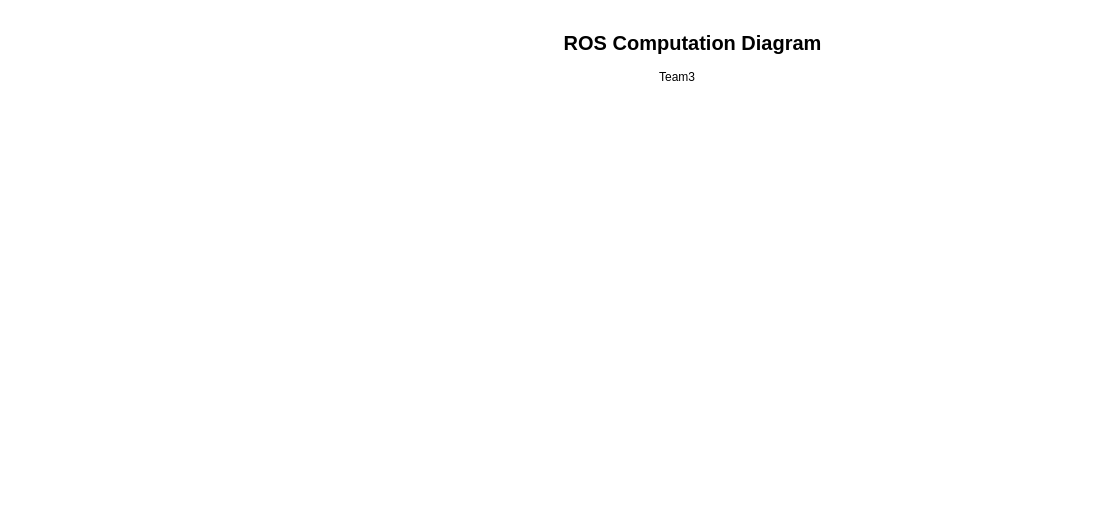
Before: Lab2.drawio in NhiNguyencmt8/RoboResearch, a draw.io diagram. Source tidied: cells renumbered, new cells numbered last; positions are measured from the earlier drawing's top-left corner, leaving out a move shared by most shapes. Both pictures are drawn from the tidied source at 100%, with x=0, y=0 at pixel (557, 22). Pictures stored in the file or linked from it are replaced by grey dashed boxes.
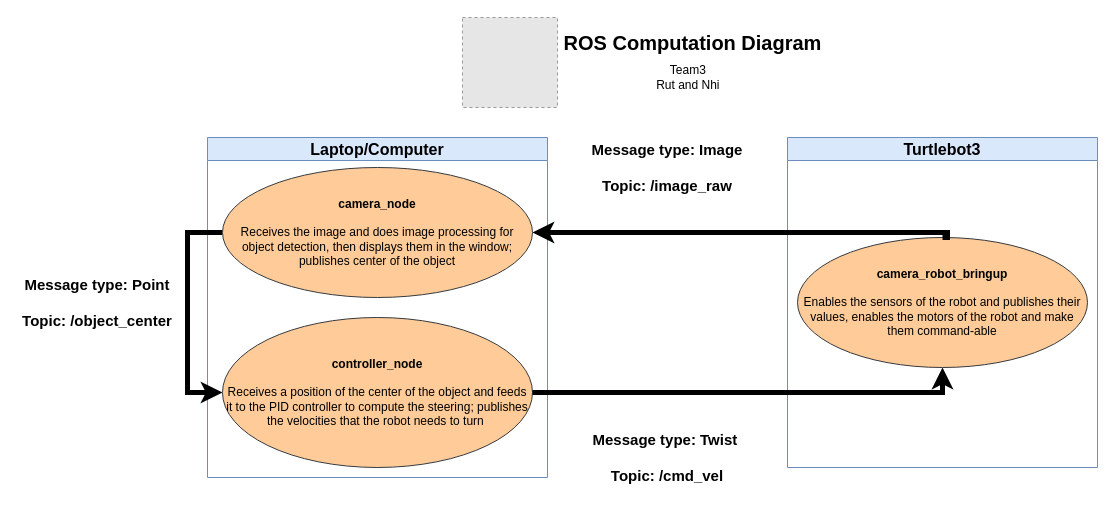
The same page after the edit.

Diff of the diagram source:
```diff
@@
 <mxGraphModel>
   <root>
     <mxCell id="0" />
     <mxCell id="1" parent="0" />
     <mxCell id="2" value="ROS Computation Diagram" style="text;html=1;align=center;verticalAlign=middle;strokeColor=none;fillColor=none;fontStyle=1;fontSize=20;" parent="1" vertex="1">
       <mxGeometry width="270" height="40" as="geometry" />
     </mxCell>
-    <mxCell id="3" value="Team3" style="text;html=1;align=center;verticalAlign=middle;whiteSpace=wrap;rounded=0;" parent="1" vertex="1">
-      <mxGeometry x="90" y="40" width="60" height="30" as="geometry" />
+    <mxCell id="3" value="Team3&amp;nbsp;&lt;div&gt;Rut and Nhi&amp;nbsp;&lt;/div&gt;" style="text;html=1;align=center;verticalAlign=middle;whiteSpace=wrap;rounded=0;" parent="1" vertex="1">
+      <mxGeometry x="90" y="40" width="85" height="30" as="geometry" />
     </mxCell>
+    <mxCell id="4" value="Laptop/Computer" style="swimlane;whiteSpace=wrap;html=1;fillColor=#dae8fc;strokeColor=#6c8ebf;fontSize=16;" parent="1" vertex="1">
+      <mxGeometry x="-350" y="115" width="340" height="340" as="geometry" />
+    </mxCell>
+    <mxCell id="5" value="&lt;b&gt;controller_node&lt;/b&gt;&lt;div&gt;&lt;br&gt;&lt;/div&gt;&lt;div&gt;Receives a position of the center of the object and feeds it to the PID controller to compute the steering; publishes the velocities that the robot needs to turn&lt;span style=&quot;background-color: initial;&quot;&gt;&amp;nbsp;&lt;/span&gt;&lt;/div&gt;" style="ellipse;whiteSpace=wrap;html=1;fillColor=#ffcc99;strokeColor=#36393d;" parent="4" vertex="1">
+      <mxGeometry x="15" y="180" width="310" height="150" as="geometry" />
+    </mxCell>
+    <mxCell id="6" style="edgeStyle=orthogonalEdgeStyle;rounded=0;jettySize=auto;html=1;entryX=0;entryY=0.5;entryDx=0;entryDy=0;exitX=0;exitY=0.5;exitDx=0;exitDy=0;strokeWidth=5;" parent="4" edge="1" source="7" target="5">
+      <mxGeometry relative="1" as="geometry">
+        <Array as="points">
+          <mxPoint x="-20" y="95" />
+          <mxPoint x="-20" y="255" />
+        </Array>
+      </mxGeometry>
+    </mxCell>
+    <mxCell id="7" value="&lt;b&gt;camera_node&lt;/b&gt;&lt;br&gt;&lt;div&gt;&lt;br&gt;&lt;div&gt;Receives the image and does image processing for object detection, then displays them in the window; publishes center of the object&lt;/div&gt;&lt;/div&gt;" style="ellipse;whiteSpace=wrap;html=1;fillColor=#ffcc99;strokeColor=#36393d;" parent="4" vertex="1">
+      <mxGeometry x="15" y="30" width="310" height="130" as="geometry" />
+    </mxCell>
+    <mxCell id="8" value="Turtlebot3" style="swimlane;whiteSpace=wrap;html=1;fillColor=#dae8fc;strokeColor=#6c8ebf;fontSize=16;" parent="1" vertex="1">
+      <mxGeometry x="230" y="115" width="310" height="330" as="geometry" />
+    </mxCell>
+    <mxCell id="9" value="&lt;b&gt;camera_robot_bringup&lt;/b&gt;&lt;div&gt;&lt;br&gt;&lt;/div&gt;&lt;div&gt;Enables the sensors of the robot and publishes their values, enables the motors of the robot and make them command-able&lt;/div&gt;" style="ellipse;whiteSpace=wrap;html=1;fillColor=#ffcc99;strokeColor=#36393d;" parent="8" vertex="1">
+      <mxGeometry x="10" y="100" width="290" height="130" as="geometry" />
+    </mxCell>
+    <mxCell id="10" style="edgeStyle=orthogonalEdgeStyle;rounded=0;jettySize=auto;html=1;entryX=1;entryY=0.5;entryDx=0;entryDy=0;exitX=0.5;exitY=0;exitDx=0;exitDy=0;strokeWidth=5;" parent="1" edge="1" source="9" target="7">
+      <mxGeometry relative="1" as="geometry">
+        <Array as="points">
+          <mxPoint x="390" y="210" />
+        </Array>
+      </mxGeometry>
+    </mxCell>
+    <mxCell id="11" value="Message type: Image&lt;div style=&quot;font-size: 15px;&quot;&gt;&lt;br style=&quot;font-size: 15px;&quot;&gt;&lt;/div&gt;&lt;div style=&quot;font-size: 15px;&quot;&gt;Topic: /image_raw&lt;/div&gt;" style="text;html=1;align=center;verticalAlign=middle;whiteSpace=wrap;rounded=0;fontStyle=1;fontSize=15;" parent="1" vertex="1">
+      <mxGeometry x="30" y="115" width="160" height="60" as="geometry" />
+    </mxCell>
+    <mxCell id="12" value="Message type: Twist&amp;nbsp;&lt;div style=&quot;font-size: 15px;&quot;&gt;&lt;br style=&quot;font-size: 15px;&quot;&gt;&lt;/div&gt;&lt;div style=&quot;font-size: 15px;&quot;&gt;Topic: /cmd_vel&lt;/div&gt;" style="text;html=1;align=center;verticalAlign=middle;whiteSpace=wrap;rounded=0;fontStyle=1;fontSize=15;" parent="1" vertex="1">
+      <mxGeometry x="30" y="405" width="160" height="60" as="geometry" />
+    </mxCell>
+    <mxCell id="13" style="edgeStyle=orthogonalEdgeStyle;rounded=0;jettySize=auto;html=1;entryX=0.5;entryY=1;entryDx=0;entryDy=0;strokeWidth=5;" parent="1" edge="1" source="5" target="9">
+      <mxGeometry relative="1" as="geometry" />
+    </mxCell>
+    <mxCell id="14" value="Message type: Point&lt;div style=&quot;font-size: 15px;&quot;&gt;&lt;br style=&quot;font-size: 15px;&quot;&gt;&lt;/div&gt;&lt;div style=&quot;font-size: 15px;&quot;&gt;Topic: /object_center&lt;/div&gt;" style="text;html=1;align=center;verticalAlign=middle;whiteSpace=wrap;rounded=0;fontStyle=1;fontSize=15;" parent="1" vertex="1">
+      <mxGeometry x="-540" y="250" width="160" height="60" as="geometry" />
+    </mxCell>
+    <mxCell id="15" style="fillColor=#E6E6E6;strokeColor=#999999;dashed=1;verticalLabelPosition=bottom;labelBackgroundColor=default;verticalAlign=top;rotation=0;" parent="1" vertex="1">
+      <mxGeometry x="-95" y="-5" width="95" height="90" as="geometry" />
+    </mxCell>
   </root>
 </mxGraphModel>
```
